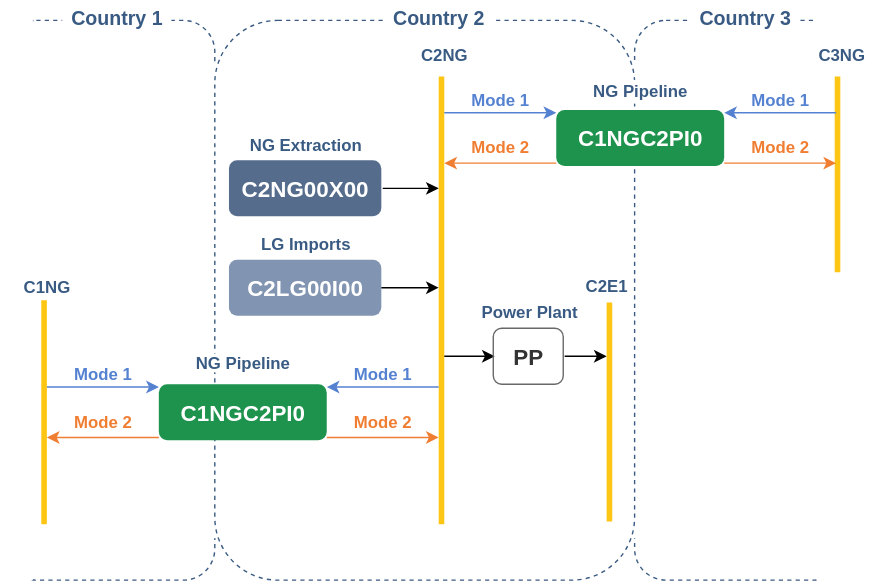
This is docs/source/_static/NGN.svg from ekousoulos/AETOS_model, a draw.io export, as it was before one commit. Source tidied: cells renumbered, new cells last; positions are measured from the earlier drawing's top-left corner, leaving out a move shared by most shapes. The source it was exported from:
```xml
<mxGraphModel>
  <root>
    <mxCell id="0" />
    <mxCell id="1" parent="0" />
    <mxCell id="2" style="rounded=1;whiteSpace=wrap;html=1;fillColor=none;dashed=1;strokeColor=light-dark(#395b83, #ededed);labelBackgroundColor=none;fontColor=light-dark(#395b83, #ededed);" parent="1" vertex="1">
      <mxGeometry x="453" y="14" width="150" height="400" as="geometry" />
    </mxCell>
    <mxCell id="3" style="rounded=1;whiteSpace=wrap;html=1;fillColor=none;dashed=1;strokeColor=light-dark(#395b83, #ededed);labelBackgroundColor=none;" parent="1" vertex="1">
      <mxGeometry x="3" y="14" width="150" height="400" as="geometry" />
    </mxCell>
    <mxCell id="4" value="C2NG00X00" style="rounded=1;whiteSpace=wrap;html=1;fontStyle=1;fontSize=16;fillColor=light-dark(#566c8c, #ededed);fontColor=light-dark(#ffffff, #ededed);strokeColor=none;" parent="1" vertex="1">
      <mxGeometry x="163" y="114" width="109" height="40" as="geometry" />
    </mxCell>
    <mxCell id="5" style="endArrow=none;html=1;rounded=0;strokeWidth=4;strokeColor=light-dark(#fec614, #ededed);" parent="1" edge="1">
      <mxGeometry relative="1" as="geometry">
        <mxPoint x="315" y="374" as="sourcePoint" />
        <mxPoint x="315" y="54" as="targetPoint" />
      </mxGeometry>
    </mxCell>
    <mxCell id="6" value="C2LG00I00" style="rounded=1;whiteSpace=wrap;html=1;fontStyle=1;fontSize=16;fillColor=light-dark(#8194b1, #ededed);fontColor=light-dark(#ffffff, #ededed);strokeColor=none;" parent="1" vertex="1">
      <mxGeometry x="163" y="185" width="109" height="40" as="geometry" />
    </mxCell>
    <mxCell id="7" value="NG Extraction" style="text;html=1;align=center;verticalAlign=middle;whiteSpace=wrap;rounded=0;fontStyle=1;fontColor=light-dark(#395b83, #ededed);" parent="1" vertex="1">
      <mxGeometry x="142.5" y="88" width="150" height="30" as="geometry" />
    </mxCell>
    <mxCell id="8" value="LG Imports" style="text;html=1;align=center;verticalAlign=middle;whiteSpace=wrap;rounded=0;fontStyle=1;fontColor=light-dark(#395b83, #ededed);" parent="1" vertex="1">
      <mxGeometry x="157.5" y="159" width="120" height="30" as="geometry" />
    </mxCell>
    <mxCell id="9" value="C2NG" style="text;html=1;align=center;verticalAlign=middle;whiteSpace=wrap;rounded=0;fontStyle=1;fontColor=light-dark(#395b83, #c1c1c1);" parent="1" vertex="1">
      <mxGeometry x="287" y="24" width="60" height="30" as="geometry" />
    </mxCell>
    <mxCell id="10" style="endArrow=classic;html=1;rounded=0;" parent="1" edge="1">
      <mxGeometry relative="1" as="geometry">
        <mxPoint x="273" y="134" as="sourcePoint" />
        <mxPoint x="313" y="134" as="targetPoint" />
      </mxGeometry>
    </mxCell>
    <mxCell id="11" style="endArrow=classic;html=1;rounded=0;exitX=1;exitY=0.5;exitDx=0;exitDy=0;" parent="1" edge="1" source="6">
      <mxGeometry relative="1" as="geometry">
        <mxPoint x="313" y="205" as="targetPoint" />
      </mxGeometry>
    </mxCell>
    <mxCell id="12" style="endArrow=classic;html=1;rounded=0;fontStyle=1;" parent="1" edge="1">
      <mxGeometry relative="1" as="geometry">
        <mxPoint x="317" y="254" as="sourcePoint" />
        <mxPoint x="353" y="254" as="targetPoint" />
      </mxGeometry>
    </mxCell>
    <mxCell id="13" value="Power Plant" style="text;html=1;align=center;verticalAlign=middle;whiteSpace=wrap;rounded=0;fontStyle=1;fontColor=light-dark(#395b83, #ededed);" parent="1" vertex="1">
      <mxGeometry x="318" y="208" width="120" height="30" as="geometry" />
    </mxCell>
    <mxCell id="14" style="endArrow=classic;html=1;rounded=0;strokeColor=light-dark(#5581d1, #ededed);" parent="1" edge="1">
      <mxGeometry relative="1" as="geometry">
        <mxPoint x="313" y="276" as="sourcePoint" />
        <mxPoint x="233" y="276" as="targetPoint" />
      </mxGeometry>
    </mxCell>
    <mxCell id="15" value="Mode 1" style="text;html=1;align=center;verticalAlign=middle;whiteSpace=wrap;rounded=0;fontStyle=1;fontColor=light-dark(#5581d1, #c1c1c1);" parent="1" vertex="1">
      <mxGeometry x="243" y="252" width="60" height="30" as="geometry" />
    </mxCell>
    <mxCell id="16" style="endArrow=classic;html=1;rounded=0;strokeColor=light-dark(#f07e32, #ededed);" parent="1" edge="1">
      <mxGeometry relative="1" as="geometry">
        <mxPoint x="233" y="312" as="sourcePoint" />
        <mxPoint x="313" y="312" as="targetPoint" />
      </mxGeometry>
    </mxCell>
    <mxCell id="17" value="Mode 2" style="text;html=1;align=center;verticalAlign=middle;whiteSpace=wrap;rounded=0;fontStyle=1;fontColor=light-dark(#f07e32, #c1c1c1);" parent="1" vertex="1">
      <mxGeometry x="243" y="286" width="60" height="30" as="geometry" />
    </mxCell>
    <mxCell id="18" value="Country 1" style="text;html=1;align=center;verticalAlign=middle;whiteSpace=wrap;rounded=0;fontStyle=1;fontSize=14;fontColor=light-dark(#395b83, #ededed);fillColor=default;" parent="1" vertex="1">
      <mxGeometry x="44" width="78" height="24" as="geometry" />
    </mxCell>
    <mxCell id="19" style="endArrow=classic;html=1;rounded=0;strokeColor=light-dark(#5581d1, #ededed);" parent="1" edge="1">
      <mxGeometry relative="1" as="geometry">
        <mxPoint x="317" y="80" as="sourcePoint" />
        <mxPoint x="397" y="80" as="targetPoint" />
      </mxGeometry>
    </mxCell>
    <mxCell id="20" value="Mode 1" style="text;html=1;align=center;verticalAlign=middle;whiteSpace=wrap;rounded=0;fontStyle=1;fontColor=light-dark(#5581d1, #c1c1c1);" parent="1" vertex="1">
      <mxGeometry x="327" y="56" width="60" height="30" as="geometry" />
    </mxCell>
    <mxCell id="21" style="endArrow=classic;html=1;rounded=0;strokeColor=light-dark(#f07e32, #ededed);" parent="1" edge="1">
      <mxGeometry relative="1" as="geometry">
        <mxPoint x="397" y="116" as="sourcePoint" />
        <mxPoint x="317" y="116" as="targetPoint" />
      </mxGeometry>
    </mxCell>
    <mxCell id="22" value="Mode 2" style="text;html=1;align=center;verticalAlign=middle;whiteSpace=wrap;rounded=0;fontStyle=1;fontColor=light-dark(#f07e32, #c1c1c1);" parent="1" vertex="1">
      <mxGeometry x="327" y="90" width="60" height="30" as="geometry" />
    </mxCell>
    <mxCell id="23" value="Country 3" style="text;html=1;align=center;verticalAlign=middle;whiteSpace=wrap;rounded=0;fontStyle=1;fontSize=14;fontColor=light-dark(#395b83, #ededed);fillColor=default;" parent="1" vertex="1">
      <mxGeometry x="493" width="78" height="24" as="geometry" />
    </mxCell>
    <mxCell id="24" style="rounded=0;whiteSpace=wrap;html=1;strokeColor=none;" parent="1" vertex="1">
      <mxGeometry x="583" y="4" width="28" height="410" as="geometry" />
    </mxCell>
    <mxCell id="25" style="endArrow=none;html=1;rounded=0;strokeWidth=4;strokeColor=light-dark(#fec614, #ededed);" parent="1" edge="1">
      <mxGeometry relative="1" as="geometry">
        <mxPoint x="598" y="194" as="sourcePoint" />
        <mxPoint x="598" y="54" as="targetPoint" />
      </mxGeometry>
    </mxCell>
    <mxCell id="26" value="C3NG" style="text;html=1;align=center;verticalAlign=middle;whiteSpace=wrap;rounded=0;fontStyle=1;fontColor=light-dark(#395b83, #c1c1c1);" parent="1" vertex="1">
      <mxGeometry x="571" y="24" width="60" height="30" as="geometry" />
    </mxCell>
    <mxCell id="27" style="endArrow=classic;html=1;rounded=0;strokeColor=light-dark(#5581d1, #ededed);" parent="1" edge="1">
      <mxGeometry relative="1" as="geometry">
        <mxPoint x="597" y="80" as="sourcePoint" />
        <mxPoint x="517" y="80" as="targetPoint" />
      </mxGeometry>
    </mxCell>
    <mxCell id="28" value="Mode 1" style="text;html=1;align=center;verticalAlign=middle;whiteSpace=wrap;rounded=0;fontStyle=1;fontColor=light-dark(#5581d1, #c1c1c1);" parent="1" vertex="1">
      <mxGeometry x="527" y="56" width="60" height="30" as="geometry" />
    </mxCell>
    <mxCell id="29" style="endArrow=classic;html=1;rounded=0;strokeColor=light-dark(#f07e32, #ededed);" parent="1" edge="1">
      <mxGeometry relative="1" as="geometry">
        <mxPoint x="517" y="116" as="sourcePoint" />
        <mxPoint x="597" y="116" as="targetPoint" />
      </mxGeometry>
    </mxCell>
    <mxCell id="30" value="Mode 2" style="text;html=1;align=center;verticalAlign=middle;whiteSpace=wrap;rounded=0;fontStyle=1;fontColor=light-dark(#f07e32, #c1c1c1);" parent="1" vertex="1">
      <mxGeometry x="527" y="90" width="60" height="30" as="geometry" />
    </mxCell>
    <mxCell id="31" style="rounded=0;whiteSpace=wrap;html=1;strokeColor=none;" parent="1" vertex="1">
      <mxGeometry y="4" width="23" height="410" as="geometry" />
    </mxCell>
    <mxCell id="32" style="endArrow=none;html=1;rounded=0;strokeWidth=4;strokeColor=light-dark(#fec614, #ededed);" parent="1" edge="1">
      <mxGeometry relative="1" as="geometry">
        <mxPoint x="31" y="374" as="sourcePoint" />
        <mxPoint x="31" y="214" as="targetPoint" />
      </mxGeometry>
    </mxCell>
    <mxCell id="33" value="C1NG" style="text;html=1;align=center;verticalAlign=middle;whiteSpace=wrap;rounded=0;fontStyle=1;fontColor=light-dark(#395b83, #c1c1c1);" parent="1" vertex="1">
      <mxGeometry x="3" y="190" width="60" height="30" as="geometry" />
    </mxCell>
    <mxCell id="34" style="endArrow=classic;html=1;rounded=0;strokeColor=light-dark(#5581d1, #ededed);fontStyle=1;" parent="1" edge="1">
      <mxGeometry relative="1" as="geometry">
        <mxPoint x="33" y="276" as="sourcePoint" />
        <mxPoint x="113" y="276" as="targetPoint" />
      </mxGeometry>
    </mxCell>
    <mxCell id="35" value="Mode 1" style="text;html=1;align=center;verticalAlign=middle;whiteSpace=wrap;rounded=0;fontStyle=1;fontColor=light-dark(#5581d1, #c1c1c1);" parent="1" vertex="1">
      <mxGeometry x="43" y="252" width="60" height="30" as="geometry" />
    </mxCell>
    <mxCell id="36" style="endArrow=classic;html=1;rounded=0;strokeColor=light-dark(#f07e32, #ededed);" parent="1" edge="1">
      <mxGeometry relative="1" as="geometry">
        <mxPoint x="113" y="312" as="sourcePoint" />
        <mxPoint x="33" y="312" as="targetPoint" />
      </mxGeometry>
    </mxCell>
    <mxCell id="37" value="Mode 2" style="text;html=1;align=center;verticalAlign=middle;whiteSpace=wrap;rounded=0;fontStyle=1;fontColor=light-dark(#f07e32, #c1c1c1);" parent="1" vertex="1">
      <mxGeometry x="43" y="286" width="60" height="30" as="geometry" />
    </mxCell>
    <mxCell id="38" style="rounded=0;whiteSpace=wrap;html=1;strokeColor=none;" parent="1" vertex="1">
      <mxGeometry x="435" y="44" width="28" height="340" as="geometry" />
    </mxCell>
    <mxCell id="39" style="endArrow=none;html=1;rounded=0;strokeWidth=4;strokeColor=light-dark(#fec614, #ededed);entryX=1;entryY=0.25;entryDx=0;entryDy=0;" parent="1" edge="1">
      <mxGeometry relative="1" as="geometry">
        <mxPoint x="435" y="372" as="sourcePoint" />
        <mxPoint x="435" y="215.5" as="targetPoint" />
      </mxGeometry>
    </mxCell>
    <mxCell id="40" value="C2E1" style="text;html=1;align=center;verticalAlign=middle;whiteSpace=wrap;rounded=0;fontStyle=1;fontColor=light-dark(#395b83, #c1c1c1);" parent="1" vertex="1">
      <mxGeometry x="403" y="189" width="60" height="30" as="geometry" />
    </mxCell>
    <mxCell id="41" style="endArrow=classic;html=1;rounded=0;exitX=1;exitY=0.5;exitDx=0;exitDy=0;fontStyle=1;" parent="1" edge="1">
      <mxGeometry relative="1" as="geometry">
        <mxPoint x="403" y="254" as="sourcePoint" />
        <mxPoint x="433" y="254" as="targetPoint" />
      </mxGeometry>
    </mxCell>
    <mxCell id="42" style="rounded=0;whiteSpace=wrap;html=1;strokeColor=none;" parent="1" vertex="1">
      <mxGeometry x="135" y="44" width="28" height="340" as="geometry" />
    </mxCell>
    <mxCell id="43" value="PP" style="rounded=1;whiteSpace=wrap;html=1;fontStyle=1;fontSize=16;fillColor=none;fontColor=light-dark(#333333, #ededed);strokeColor=light-dark(#696969, #ededed);" parent="1" vertex="1">
      <mxGeometry x="352" y="234" width="50" height="40" as="geometry" />
    </mxCell>
    <mxCell id="44" style="rounded=1;whiteSpace=wrap;html=1;fillColor=none;dashed=1;strokeColor=light-dark(#395b83, #ededed);labelBackgroundColor=none;fontColor=light-dark(#395b83, #ededed);" parent="1" vertex="1">
      <mxGeometry x="153" y="14" width="300" height="400" as="geometry" />
    </mxCell>
    <mxCell id="45" value="C1NGC2PI0" style="rounded=1;whiteSpace=wrap;html=1;fontStyle=1;fontSize=16;fillColor=light-dark(#1e934d, #ededed);fontColor=light-dark(#ffffff, #ededed);strokeColor=none;" parent="1" vertex="1">
      <mxGeometry x="397" y="78" width="120" height="40" as="geometry" />
    </mxCell>
    <mxCell id="46" value="NG Pipeline" style="text;html=1;align=center;verticalAlign=middle;whiteSpace=wrap;rounded=0;fillColor=default;fontStyle=1;fontColor=light-dark(#395b83, #ededed);" parent="1" vertex="1">
      <mxGeometry x="397" y="56.5" width="120" height="17" as="geometry" />
    </mxCell>
    <mxCell id="47" value="C1NGC2PI0" style="rounded=1;whiteSpace=wrap;html=1;fontStyle=1;fontSize=16;fillColor=light-dark(#1e934d, #ededed);fontColor=light-dark(#ffffff, #ededed);strokeColor=none;" parent="1" vertex="1">
      <mxGeometry x="113" y="274" width="120" height="40" as="geometry" />
    </mxCell>
    <mxCell id="48" value="NG Pipeline" style="text;html=1;align=center;verticalAlign=middle;whiteSpace=wrap;rounded=0;fillColor=default;fontStyle=1;fontColor=light-dark(#395b83, #ededed);" parent="1" vertex="1">
      <mxGeometry x="113" y="252" width="120" height="13.5" as="geometry" />
    </mxCell>
    <mxCell id="49" value="Country 2" style="text;html=1;align=center;verticalAlign=middle;whiteSpace=wrap;rounded=0;fontStyle=1;fontSize=14;fontColor=light-dark(#395b83, #ededed);fillColor=default;" parent="1" vertex="1">
      <mxGeometry x="274" width="78" height="24" as="geometry" />
    </mxCell>
  </root>
</mxGraphModel>
```
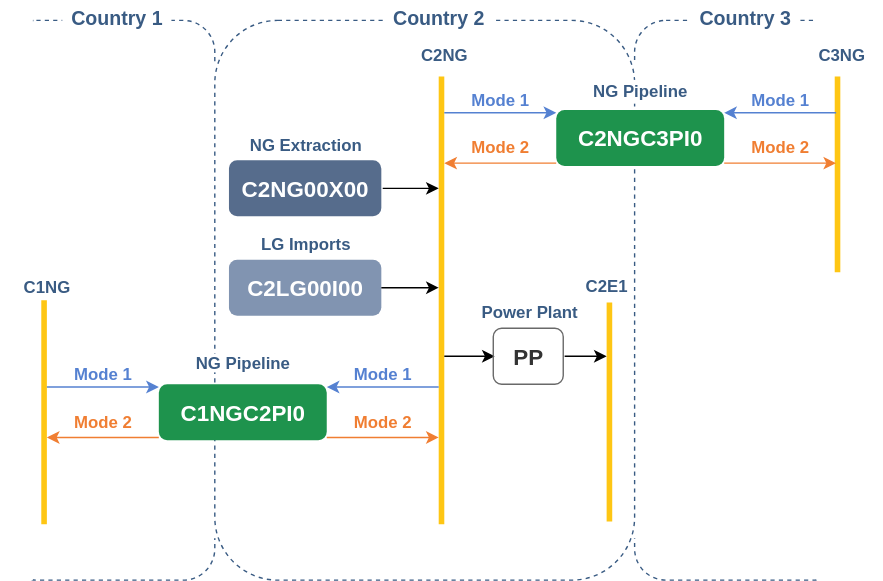
Later version of the same file.

Diff of the diagram source:
```diff
@@ -178,7 +178,7 @@
     <mxCell id="44" style="rounded=1;whiteSpace=wrap;html=1;fillColor=none;dashed=1;strokeColor=light-dark(#395b83, #ededed);labelBackgroundColor=none;fontColor=light-dark(#395b83, #ededed);" parent="1" vertex="1">
       <mxGeometry x="153" y="14" width="300" height="400" as="geometry" />
     </mxCell>
-    <mxCell id="45" value="C1NGC2PI0" style="rounded=1;whiteSpace=wrap;html=1;fontStyle=1;fontSize=16;fillColor=light-dark(#1e934d, #ededed);fontColor=light-dark(#ffffff, #ededed);strokeColor=none;" parent="1" vertex="1">
+    <mxCell id="45" value="C2NGC3PI0" style="rounded=1;whiteSpace=wrap;html=1;fontStyle=1;fontSize=16;fillColor=light-dark(#1e934d, #ededed);fontColor=light-dark(#ffffff, #ededed);strokeColor=none;" parent="1" vertex="1">
       <mxGeometry x="397" y="78" width="120" height="40" as="geometry" />
     </mxCell>
     <mxCell id="46" value="NG Pipeline" style="text;html=1;align=center;verticalAlign=middle;whiteSpace=wrap;rounded=0;fillColor=default;fontStyle=1;fontColor=light-dark(#395b83, #ededed);" parent="1" vertex="1">
```
